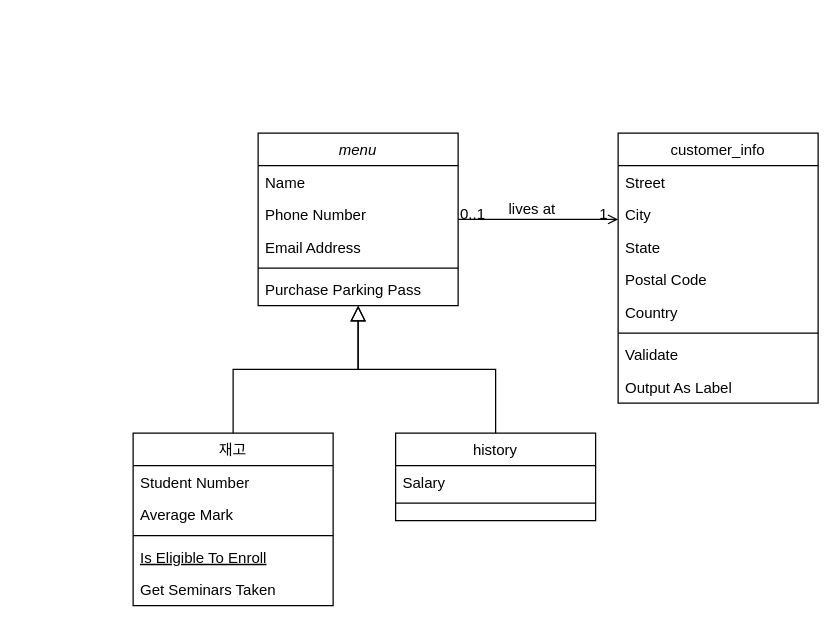
The draw.io diagram Untitled Diagram.drawio in lachicadulce/JavaStudy, before the edit. Source tidied: cells renumbered, new cells numbered last; positions are measured from the earlier drawing's top-left corner, leaving out a move shared by most shapes. Both pictures are drawn from the tidied source at 125%, with x=0, y=0 at pixel (132, 132).
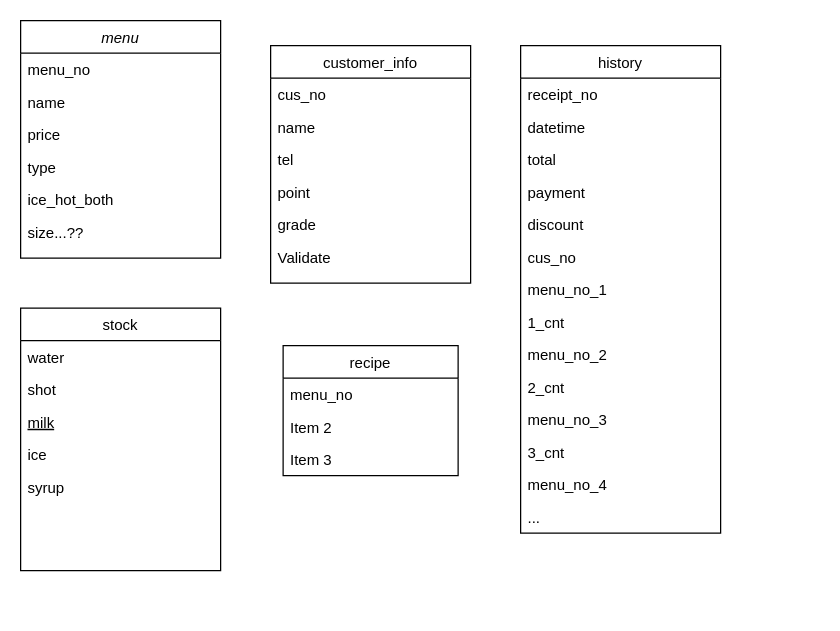
The same diagram, later.

Commit message:
디비 테이블 다이어그램 추가

What changed in the source:
```diff
@@
     <mxCell id="2" value="menu" style="swimlane;fontStyle=2;align=center;verticalAlign=top;horizontal=1;startSize=26;rounded=0;shadow=0;strokeWidth=1;" parent="1" vertex="1">
-      <mxGeometry x="100" width="160" height="138" as="geometry" />
+      <mxGeometry x="-90" y="-90" width="160" height="190" as="geometry" />
     </mxCell>
-    <mxCell id="3" value="Name" style="text;align=left;verticalAlign=top;spacingLeft=4;spacingRight=4;overflow=hidden;" parent="2" vertex="1">
+    <mxCell id="3" value="menu_no" style="text;align=left;verticalAlign=top;spacingLeft=4;spacingRight=4;overflow=hidden;" parent="2" vertex="1">
       <mxGeometry y="26" width="160" height="26" as="geometry" />
     </mxCell>
-    <mxCell id="4" value="Phone Number" style="text;align=left;verticalAlign=top;spacingLeft=4;spacingRight=4;overflow=hidden;rounded=0;shadow=0;html=0;" parent="2" vertex="1">
+    <mxCell id="4" value="name" style="text;align=left;verticalAlign=top;spacingLeft=4;spacingRight=4;overflow=hidden;rounded=0;shadow=0;html=0;" parent="2" vertex="1">
       <mxGeometry y="52" width="160" height="26" as="geometry" />
     </mxCell>
-    <mxCell id="5" value="Email Address" style="text;align=left;verticalAlign=top;spacingLeft=4;spacingRight=4;overflow=hidden;rounded=0;shadow=0;html=0;" parent="2" vertex="1">
+    <mxCell id="5" value="price" style="text;align=left;verticalAlign=top;spacingLeft=4;spacingRight=4;overflow=hidden;rounded=0;shadow=0;html=0;" parent="2" vertex="1">
       <mxGeometry y="78" width="160" height="26" as="geometry" />
     </mxCell>
-    <mxCell id="6" style="line;html=1;strokeWidth=1;align=left;verticalAlign=middle;spacingTop=-1;spacingLeft=3;spacingRight=3;labelPosition=right;" parent="2" vertex="1">
-      <mxGeometry y="104" width="160" height="8" as="geometry" />
-    </mxCell>
-    <mxCell id="7" value="Purchase Parking Pass" style="text;align=left;verticalAlign=top;spacingLeft=4;spacingRight=4;overflow=hidden;" parent="2" vertex="1">
-      <mxGeometry y="112" width="160" height="26" as="geometry" />
-    </mxCell>
+    <mxCell id="32" value="type" style="text;align=left;verticalAlign=top;spacingLeft=4;spacingRight=4;overflow=hidden;rounded=0;shadow=0;html=0;" parent="2" vertex="1">
+      <mxGeometry y="104" width="160" height="26" as="geometry" />
+    </mxCell>
+    <mxCell id="33" value="ice_hot_both" style="text;align=left;verticalAlign=top;spacingLeft=4;spacingRight=4;overflow=hidden;rounded=0;shadow=0;html=0;" parent="2" vertex="1">
+      <mxGeometry y="130" width="160" height="26" as="geometry" />
+    </mxCell>
+    <mxCell id="34" value="size...??" style="text;align=left;verticalAlign=top;spacingLeft=4;spacingRight=4;overflow=hidden;rounded=0;shadow=0;html=0;" parent="2" vertex="1">
+      <mxGeometry y="156" width="160" height="26" as="geometry" />
+    </mxCell>
-    <mxCell id="8" value="재고" style="swimlane;fontStyle=0;align=center;verticalAlign=top;horizontal=1;startSize=26;rounded=0;shadow=0;strokeWidth=1;" parent="1" vertex="1">
-      <mxGeometry y="240" width="160" height="138" as="geometry" />
+    <mxCell id="8" value="stock" style="swimlane;fontStyle=0;align=center;verticalAlign=top;horizontal=1;startSize=26;rounded=0;shadow=0;strokeWidth=1;" parent="1" vertex="1">
+      <mxGeometry x="-90" y="140" width="160" height="210" as="geometry" />
     </mxCell>
-    <mxCell id="9" value="Student Number" style="text;align=left;verticalAlign=top;spacingLeft=4;spacingRight=4;overflow=hidden;" parent="8" vertex="1">
+    <mxCell id="9" value="water" style="text;align=left;verticalAlign=top;spacingLeft=4;spacingRight=4;overflow=hidden;" parent="8" vertex="1">
       <mxGeometry y="26" width="160" height="26" as="geometry" />
     </mxCell>
-    <mxCell id="10" value="Average Mark" style="text;align=left;verticalAlign=top;spacingLeft=4;spacingRight=4;overflow=hidden;rounded=0;shadow=0;html=0;" parent="8" vertex="1">
+    <mxCell id="10" value="shot" style="text;align=left;verticalAlign=top;spacingLeft=4;spacingRight=4;overflow=hidden;rounded=0;shadow=0;html=0;" parent="8" vertex="1">
       <mxGeometry y="52" width="160" height="26" as="geometry" />
     </mxCell>
-    <mxCell id="11" style="line;html=1;strokeWidth=1;align=left;verticalAlign=middle;spacingTop=-1;spacingLeft=3;spacingRight=3;labelPosition=right;" parent="8" vertex="1">
-      <mxGeometry y="78" width="160" height="8" as="geometry" />
-    </mxCell>
-    <mxCell id="12" value="Is Eligible To Enroll" style="text;align=left;verticalAlign=top;spacingLeft=4;spacingRight=4;overflow=hidden;fontStyle=4;" parent="8" vertex="1">
-      <mxGeometry y="86" width="160" height="26" as="geometry" />
+    <mxCell id="12" value="milk" style="text;align=left;verticalAlign=top;spacingLeft=4;spacingRight=4;overflow=hidden;fontStyle=4;" parent="8" vertex="1">
+      <mxGeometry y="78" width="160" height="26" as="geometry" />
     </mxCell>
-    <mxCell id="13" value="Get Seminars Taken" style="text;align=left;verticalAlign=top;spacingLeft=4;spacingRight=4;overflow=hidden;" parent="8" vertex="1">
-      <mxGeometry y="112" width="160" height="26" as="geometry" />
+    <mxCell id="13" value="ice" style="text;align=left;verticalAlign=top;spacingLeft=4;spacingRight=4;overflow=hidden;" parent="8" vertex="1">
+      <mxGeometry y="104" width="160" height="26" as="geometry" />
     </mxCell>
-    <mxCell id="14" style="endArrow=block;endSize=10;endFill=0;shadow=0;strokeWidth=1;rounded=0;edgeStyle=elbowEdgeStyle;elbow=vertical;" parent="1" edge="1" source="8" target="2">
-      <mxGeometry relative="1" as="geometry" />
-    </mxCell>
+    <mxCell id="35" value="syrup" style="text;align=left;verticalAlign=top;spacingLeft=4;spacingRight=4;overflow=hidden;" parent="8" vertex="1">
+      <mxGeometry y="130" width="160" height="26" as="geometry" />
+    </mxCell>
     <mxCell id="15" value="history" style="swimlane;fontStyle=0;align=center;verticalAlign=top;horizontal=1;startSize=26;rounded=0;shadow=0;strokeWidth=1;" parent="1" vertex="1">
-      <mxGeometry x="210" y="240" width="160" height="70" as="geometry" />
+      <mxGeometry x="310" y="-70" width="160" height="390" as="geometry" />
     </mxCell>
-    <mxCell id="16" value="Salary" style="text;align=left;verticalAlign=top;spacingLeft=4;spacingRight=4;overflow=hidden;" parent="15" vertex="1">
+    <mxCell id="16" value="receipt_no" style="text;align=left;verticalAlign=top;spacingLeft=4;spacingRight=4;overflow=hidden;" parent="15" vertex="1">
       <mxGeometry y="26" width="160" height="26" as="geometry" />
     </mxCell>
-    <mxCell id="17" style="line;html=1;strokeWidth=1;align=left;verticalAlign=middle;spacingTop=-1;spacingLeft=3;spacingRight=3;labelPosition=right;" parent="15" vertex="1">
-      <mxGeometry y="52" width="160" height="8" as="geometry" />
-    </mxCell>
-    <mxCell id="18" style="endArrow=block;endSize=10;endFill=0;shadow=0;strokeWidth=1;rounded=0;edgeStyle=elbowEdgeStyle;elbow=vertical;" parent="1" edge="1" source="15" target="2">
-      <mxGeometry relative="1" as="geometry" />
-    </mxCell>
+    <mxCell id="36" value="datetime" style="text;align=left;verticalAlign=top;spacingLeft=4;spacingRight=4;overflow=hidden;" parent="15" vertex="1">
+      <mxGeometry y="52" width="160" height="26" as="geometry" />
+    </mxCell>
+    <mxCell id="37" value="total" style="text;align=left;verticalAlign=top;spacingLeft=4;spacingRight=4;overflow=hidden;" parent="15" vertex="1">
+      <mxGeometry y="78" width="160" height="26" as="geometry" />
+    </mxCell>
+    <mxCell id="38" value="payment" style="text;align=left;verticalAlign=top;spacingLeft=4;spacingRight=4;overflow=hidden;" parent="15" vertex="1">
+      <mxGeometry y="104" width="160" height="26" as="geometry" />
+    </mxCell>
+    <mxCell id="39" value="discount" style="text;align=left;verticalAlign=top;spacingLeft=4;spacingRight=4;overflow=hidden;" parent="15" vertex="1">
+      <mxGeometry y="130" width="160" height="26" as="geometry" />
+    </mxCell>
+    <mxCell id="40" value="cus_no" style="text;align=left;verticalAlign=top;spacingLeft=4;spacingRight=4;overflow=hidden;" parent="15" vertex="1">
+      <mxGeometry y="156" width="160" height="26" as="geometry" />
+    </mxCell>
+    <mxCell id="41" value="menu_no_1" style="text;align=left;verticalAlign=top;spacingLeft=4;spacingRight=4;overflow=hidden;" parent="15" vertex="1">
+      <mxGeometry y="182" width="160" height="26" as="geometry" />
+    </mxCell>
+    <mxCell id="42" value="1_cnt" style="text;align=left;verticalAlign=top;spacingLeft=4;spacingRight=4;overflow=hidden;" parent="15" vertex="1">
+      <mxGeometry y="208" width="160" height="26" as="geometry" />
+    </mxCell>
+    <mxCell id="43" value="menu_no_2" style="text;align=left;verticalAlign=top;spacingLeft=4;spacingRight=4;overflow=hidden;" parent="15" vertex="1">
+      <mxGeometry y="234" width="160" height="26" as="geometry" />
+    </mxCell>
+    <mxCell id="44" value="2_cnt" style="text;align=left;verticalAlign=top;spacingLeft=4;spacingRight=4;overflow=hidden;" parent="15" vertex="1">
+      <mxGeometry y="260" width="160" height="26" as="geometry" />
+    </mxCell>
+    <mxCell id="45" value="menu_no_3" style="text;align=left;verticalAlign=top;spacingLeft=4;spacingRight=4;overflow=hidden;" parent="15" vertex="1">
+      <mxGeometry y="286" width="160" height="26" as="geometry" />
+    </mxCell>
+    <mxCell id="46" value="3_cnt" style="text;align=left;verticalAlign=top;spacingLeft=4;spacingRight=4;overflow=hidden;" parent="15" vertex="1">
+      <mxGeometry y="312" width="160" height="26" as="geometry" />
+    </mxCell>
+    <mxCell id="47" value="menu_no_4" style="text;align=left;verticalAlign=top;spacingLeft=4;spacingRight=4;overflow=hidden;" parent="15" vertex="1">
+      <mxGeometry y="338" width="160" height="26" as="geometry" />
+    </mxCell>
+    <mxCell id="48" value="..." style="text;align=left;verticalAlign=top;spacingLeft=4;spacingRight=4;overflow=hidden;" parent="15" vertex="1">
+      <mxGeometry y="364" width="160" height="26" as="geometry" />
+    </mxCell>
     <mxCell id="19" value="customer_info" style="swimlane;fontStyle=0;align=center;verticalAlign=top;horizontal=1;startSize=26;rounded=0;shadow=0;strokeWidth=1;" parent="1" vertex="1">
-      <mxGeometry x="388" width="160" height="216" as="geometry" />
+      <mxGeometry x="110" y="-70" width="160" height="190" as="geometry" />
     </mxCell>
-    <mxCell id="20" value="Street" style="text;align=left;verticalAlign=top;spacingLeft=4;spacingRight=4;overflow=hidden;" parent="19" vertex="1">
+    <mxCell id="20" value="cus_no" style="text;align=left;verticalAlign=top;spacingLeft=4;spacingRight=4;overflow=hidden;" parent="19" vertex="1">
       <mxGeometry y="26" width="160" height="26" as="geometry" />
     </mxCell>
-    <mxCell id="21" value="City" style="text;align=left;verticalAlign=top;spacingLeft=4;spacingRight=4;overflow=hidden;rounded=0;shadow=0;html=0;" parent="19" vertex="1">
+    <mxCell id="21" value="name" style="text;align=left;verticalAlign=top;spacingLeft=4;spacingRight=4;overflow=hidden;rounded=0;shadow=0;html=0;" parent="19" vertex="1">
       <mxGeometry y="52" width="160" height="26" as="geometry" />
     </mxCell>
-    <mxCell id="22" value="State" style="text;align=left;verticalAlign=top;spacingLeft=4;spacingRight=4;overflow=hidden;rounded=0;shadow=0;html=0;" parent="19" vertex="1">
+    <mxCell id="22" value="tel" style="text;align=left;verticalAlign=top;spacingLeft=4;spacingRight=4;overflow=hidden;rounded=0;shadow=0;html=0;" parent="19" vertex="1">
       <mxGeometry y="78" width="160" height="26" as="geometry" />
     </mxCell>
-    <mxCell id="23" value="Postal Code" style="text;align=left;verticalAlign=top;spacingLeft=4;spacingRight=4;overflow=hidden;rounded=0;shadow=0;html=0;" parent="19" vertex="1">
+    <mxCell id="23" value="point" style="text;align=left;verticalAlign=top;spacingLeft=4;spacingRight=4;overflow=hidden;rounded=0;shadow=0;html=0;" parent="19" vertex="1">
       <mxGeometry y="104" width="160" height="26" as="geometry" />
     </mxCell>
-    <mxCell id="24" value="Country" style="text;align=left;verticalAlign=top;spacingLeft=4;spacingRight=4;overflow=hidden;rounded=0;shadow=0;html=0;" parent="19" vertex="1">
+    <mxCell id="24" value="grade" style="text;align=left;verticalAlign=top;spacingLeft=4;spacingRight=4;overflow=hidden;rounded=0;shadow=0;html=0;" parent="19" vertex="1">
       <mxGeometry y="130" width="160" height="26" as="geometry" />
     </mxCell>
-    <mxCell id="25" style="line;html=1;strokeWidth=1;align=left;verticalAlign=middle;spacingTop=-1;spacingLeft=3;spacingRight=3;labelPosition=right;" parent="19" vertex="1">
-      <mxGeometry y="156" width="160" height="8" as="geometry" />
-    </mxCell>
     <mxCell id="26" value="Validate" style="text;align=left;verticalAlign=top;spacingLeft=4;spacingRight=4;overflow=hidden;" parent="19" vertex="1">
-      <mxGeometry y="164" width="160" height="26" as="geometry" />
+      <mxGeometry y="156" width="160" height="26" as="geometry" />
     </mxCell>
-    <mxCell id="27" value="Output As Label" style="text;align=left;verticalAlign=top;spacingLeft=4;spacingRight=4;overflow=hidden;" parent="19" vertex="1">
-      <mxGeometry y="190" width="160" height="26" as="geometry" />
-    </mxCell>
-    <mxCell id="28" style="endArrow=open;shadow=0;strokeWidth=1;rounded=0;endFill=1;edgeStyle=elbowEdgeStyle;elbow=vertical;" parent="1" edge="1" source="2" target="19">
-      <mxGeometry x="0.5" y="41" relative="1" as="geometry">
-        <mxPoint x="-40" y="32" as="offset" />
-      </mxGeometry>
-    </mxCell>
-    <mxCell id="29" value="0..1" style="align=left;verticalAlign=bottom;labelBackgroundColor=none;fontSize=12;" parent="28" vertex="1">
-      <mxGeometry x="-1" relative="1" as="geometry">
-        <mxPoint y="4" as="offset" />
-      </mxGeometry>
-    </mxCell>
-    <mxCell id="30" value="1" style="align=right;verticalAlign=bottom;labelBackgroundColor=none;fontSize=12;" parent="28" vertex="1">
-      <mxGeometry x="1" relative="1" as="geometry">
-        <mxPoint x="-7" y="4" as="offset" />
-      </mxGeometry>
-    </mxCell>
-    <mxCell id="31" value="lives at" style="text;html=1;align=center;verticalAlign=middle;labelBackgroundColor=none;rounded=0;shadow=0;strokeWidth=1;fontSize=12;" parent="28" vertex="1">
-      <mxGeometry x="0.5" y="49" relative="1" as="geometry">
-        <mxPoint x="-38" y="40" as="offset" />
-      </mxGeometry>
-    </mxCell>
+    <mxCell id="49" value="recipe" style="swimlane;fontStyle=0;horizontal=1;startSize=26;" parent="1" vertex="1">
+      <mxGeometry x="120" y="170" width="140" height="104" as="geometry" />
+    </mxCell>
+    <mxCell id="50" value="menu_no" style="text;strokeColor=none;fillColor=none;align=left;verticalAlign=top;spacingLeft=4;spacingRight=4;overflow=hidden;" parent="49" vertex="1">
+      <mxGeometry y="26" width="140" height="26" as="geometry" />
+    </mxCell>
+    <mxCell id="51" value="Item 2" style="text;strokeColor=none;fillColor=none;align=left;verticalAlign=top;spacingLeft=4;spacingRight=4;overflow=hidden;" parent="49" vertex="1">
+      <mxGeometry y="52" width="140" height="26" as="geometry" />
+    </mxCell>
+    <mxCell id="52" value="Item 3" style="text;strokeColor=none;fillColor=none;align=left;verticalAlign=top;spacingLeft=4;spacingRight=4;overflow=hidden;" parent="49" vertex="1">
+      <mxGeometry y="78" width="140" height="26" as="geometry" />
+    </mxCell>
```
